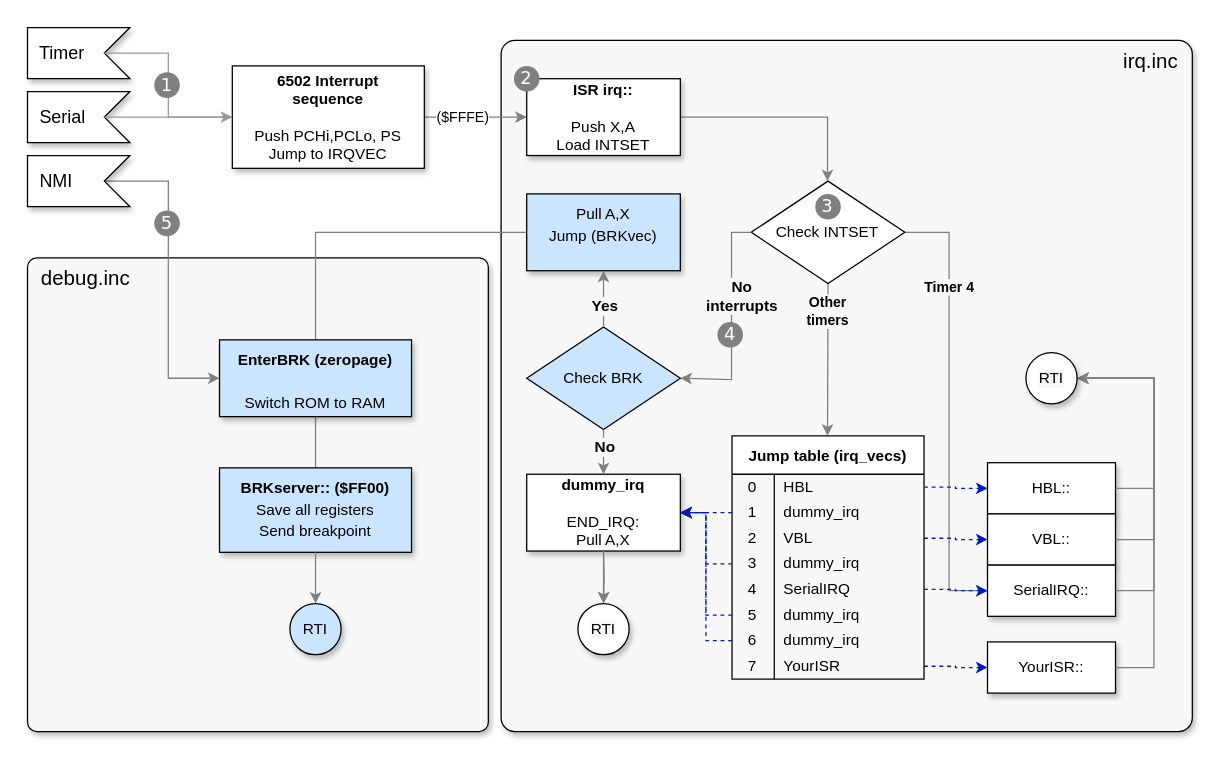
Earlier version of the draw.io diagram page "Debug Break" (2 of 4) of bll-debugging.drawio (AtariLynx/atarilynx.github.io). Source tidied: cells renumbered, new cells numbered last; positions are measured from the earlier drawing's top-left corner, leaving out a move shared by most shapes. Both pictures are drawn from the tidied source at 128%, with x=0, y=0 at pixel (27, 27).
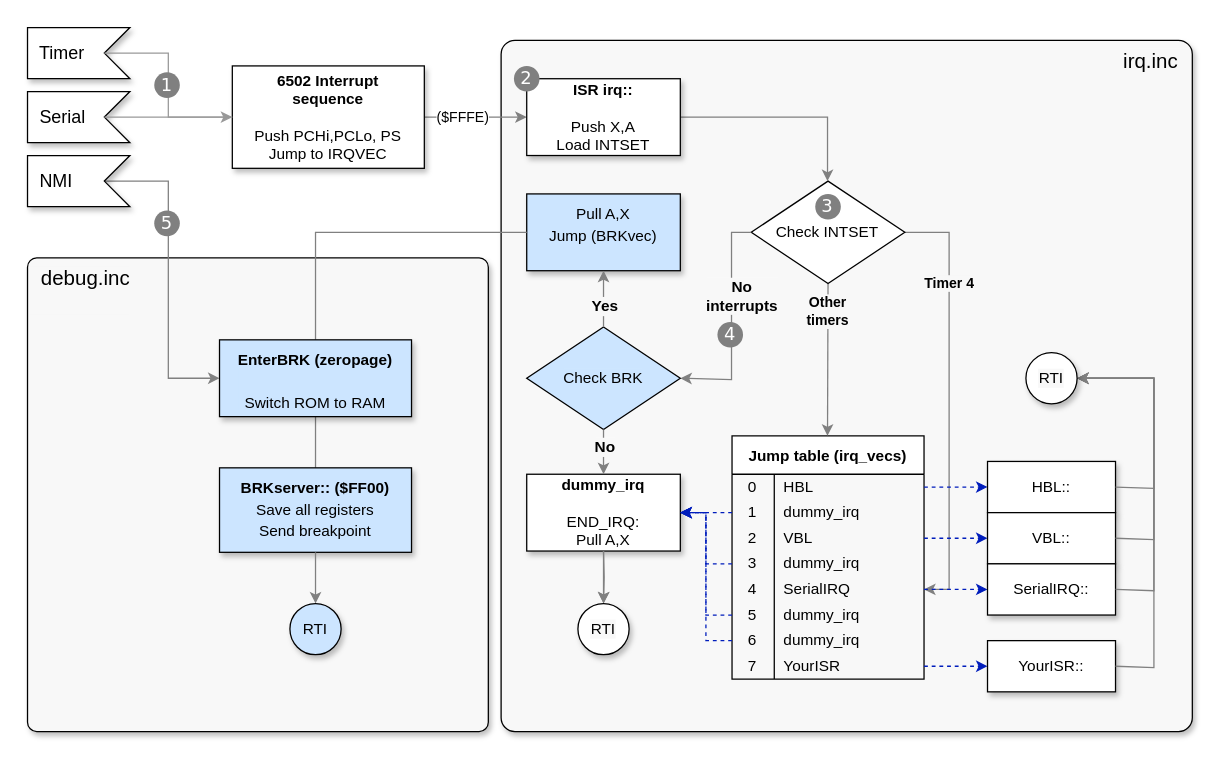
Above is the later version.

The change refers to these unchanged cells:
```xml
<mxCell id="18" style="shape=tableRow;horizontal=0;startSize=0;swimlaneHead=0;swimlaneBody=0;top=0;left=0;bottom=0;right=0;fillColor=none;points=[[0,0.5],[1,0.5]];portConstraint=eastwest;" parent="5" vertex="1">
  <mxGeometry y="110" width="150" height="20" as="geometry" />
</mxCell>
<mxCell id="40" value="Check INTSET" style="rhombus;whiteSpace=wrap;html=1;labelBackgroundColor=#FFFFFF;fillColor=#FFFFFF;" parent="1" vertex="1">
  <mxGeometry x="565.4" y="120" width="120" height="80" as="geometry" />
</mxCell>
```

The edit, as a diff of the source:
```diff
@@
-    <mxCell id="38" value="&lt;b&gt;Timer 4&lt;/b&gt;" style="edgeStyle=elbowEdgeStyle;rounded=0;html=1;entryX=0;entryY=0.5;entryDx=0;entryDy=0;fillColor=#d80073;strokeColor=#808080;exitX=1;exitY=0.5;exitDx=0;exitDy=0;startArrow=none;labelBackgroundColor=#F8F8F8;" parent="1" edge="1" source="40" target="51">
+    <mxCell id="38" value="&lt;b&gt;Timer 4&lt;/b&gt;" style="edgeStyle=elbowEdgeStyle;rounded=0;html=1;entryX=1;entryY=0.5;entryDx=0;entryDy=0;fillColor=#d80073;strokeColor=#808080;exitX=1;exitY=0.5;exitDx=0;exitDy=0;startArrow=none;labelBackgroundColor=#F8F8F8;" parent="1" edge="1" source="40" target="18">
       <mxGeometry x="-0.55" relative="1" as="geometry">
         <Array as="points">
           <mxPoint x="720" y="310" />
           <mxPoint x="870" y="260" />
           <mxPoint x="720" y="250" />
           <mxPoint x="720" y="300" />
           <mxPoint x="625.4" y="310" />
           <mxPoint x="465.4" y="230" />
           <mxPoint x="485.4" y="290" />
           <mxPoint x="725.4" y="280" />
           <mxPoint x="625.4" y="240" />
         </Array>
       </mxGeometry>
     </mxCell>
@@
     <mxCell id="47" value="HBL::" style="rounded=0;whiteSpace=wrap;html=1;labelBackgroundColor=#FFFFFF;fillColor=#FFFFFF;shadow=1;" parent="1" vertex="1">
-      <mxGeometry x="750" y="340" width="100" height="40" as="geometry" />
+      <mxGeometry x="750" y="339" width="100" height="40" as="geometry" />
     </mxCell>
@@
     <mxCell id="49" value="VBL::" style="rounded=0;whiteSpace=wrap;html=1;labelBackgroundColor=#FFFFFF;fillColor=#FFFFFF;shadow=1;" parent="1" vertex="1">
-      <mxGeometry x="750" y="380" width="100" height="40" as="geometry" />
+      <mxGeometry x="750" y="379" width="100" height="40" as="geometry" />
     </mxCell>
@@
     <mxCell id="51" value="SerialIRQ::" style="rounded=0;whiteSpace=wrap;html=1;labelBackgroundColor=#FFFFFF;fillColor=#FFFFFF;shadow=1;" parent="1" vertex="1">
-      <mxGeometry x="750" y="420" width="100" height="40" as="geometry" />
+      <mxGeometry x="750" y="419" width="100" height="40" as="geometry" />
     </mxCell>
     <mxCell id="52" value="YourISR::" style="rounded=0;whiteSpace=wrap;html=1;labelBackgroundColor=#FFFFFF;fillColor=#FFFFFF;shadow=1;" parent="1" vertex="1">
-      <mxGeometry x="750" y="480" width="100" height="40" as="geometry" />
+      <mxGeometry x="750" y="479" width="100" height="40" as="geometry" />
     </mxCell>
```
